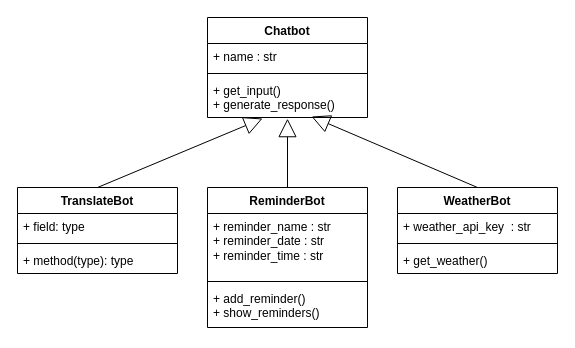
Before: umldiagram.drawio in barisparlakk/omniabotv2, a draw.io diagram. Source tidied: cells renumbered, new cells numbered last; positions are measured from the earlier drawing's top-left corner, leaving out a move shared by most shapes. Both pictures are drawn from the tidied source at 100%, with x=0, y=0 at pixel (17, 17).
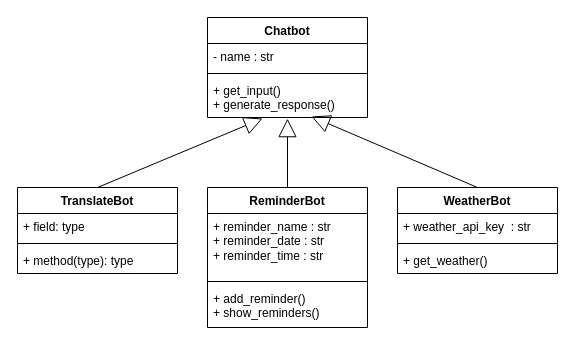
The same page after the edit.

Commit message (it also covers changes not shown here):
Changes on UML Diagram, added private variables, @classmethod and @staticmethod decorators.

Unchanged cells that the change refers to:
```xml
<mxCell id="2" value="Chatbot" style="swimlane;fontStyle=1;align=center;verticalAlign=top;horizontal=1;startSize=26;whiteSpace=wrap;html=1;" parent="1" vertex="1">
  <mxGeometry x="190" width="160" height="100" as="geometry" />
</mxCell>
```

Diff of the diagram source:
```diff
@@
-    <mxCell id="3" value="+ name : str&lt;br&gt;" style="text;strokeColor=none;fillColor=none;align=left;verticalAlign=top;spacingLeft=4;spacingRight=4;overflow=hidden;whiteSpace=wrap;html=1;" parent="2" vertex="1">
+    <mxCell id="3" value="- name : str" style="text;strokeColor=none;fillColor=none;align=left;verticalAlign=top;spacingLeft=4;spacingRight=4;overflow=hidden;whiteSpace=wrap;html=1;" parent="2" vertex="1">
       <mxGeometry y="26" width="160" height="26" as="geometry" />
     </mxCell>
```
